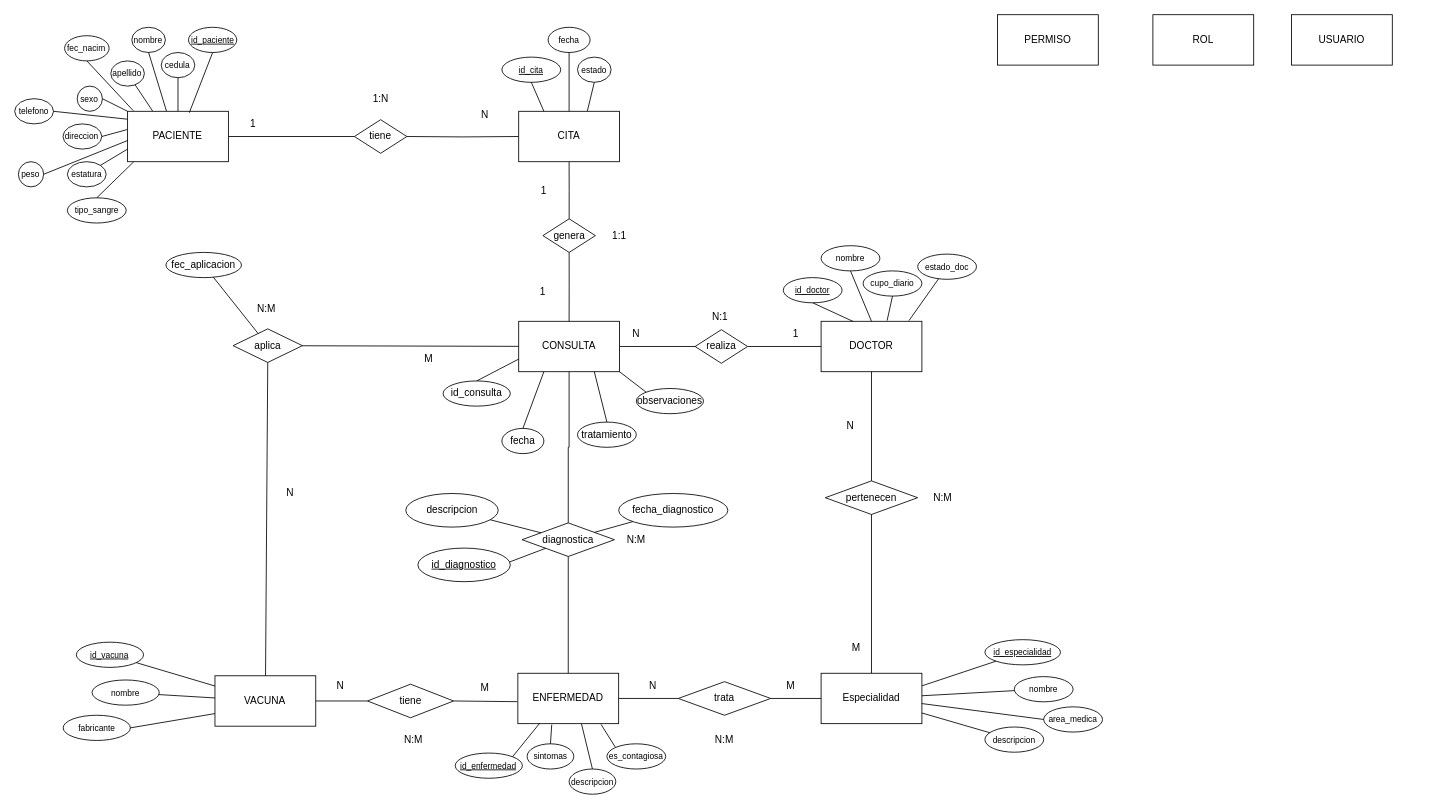
The draw.io diagram DER (1).drawio in lizmarietorres123/ProyectoFinalBD, before the edit. Source tidied: cells renumbered, new cells numbered last; positions are measured from the earlier drawing's top-left corner, leaving out a move shared by most shapes. Both pictures are drawn from the tidied source at 84%, with x=0, y=0 at pixel (14, 14).
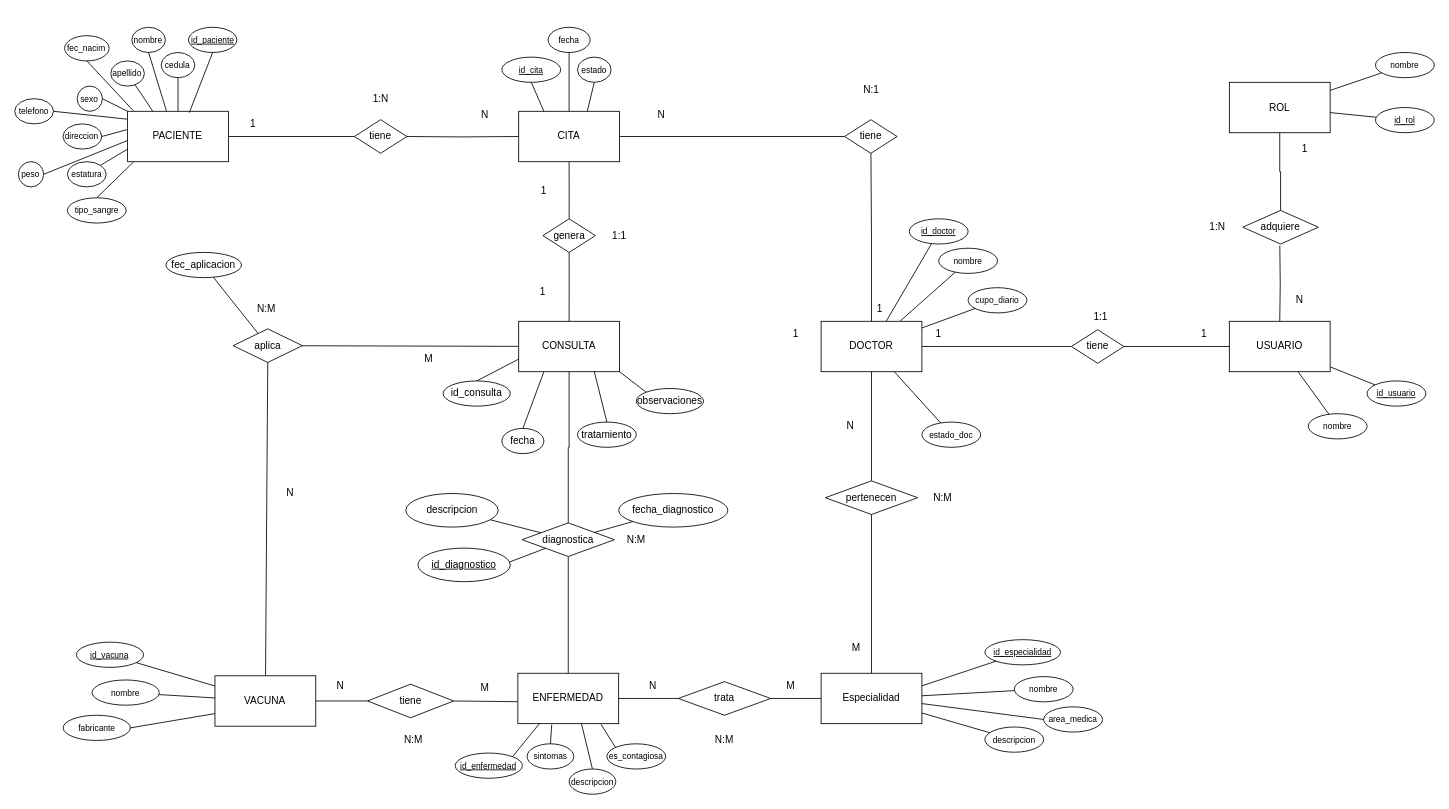
The same diagram, later.

Commit message:
cambios de rebundancia

la relacion consulta-doctor es rebundante, con solo saber el doctor que atiende la cita ya se sabe cual consulta se hara, el codigo de cita, pasara a consulta para eso y tambien los roles y usuario se hizo, los cambios hechos reflejan para mi la ultima version del proyecto

Unchanged cells that the change refers to:
```xml
<mxCell id="5" value="DOCTOR" style="rounded=0;whiteSpace=wrap;html=1;" parent="1" vertex="1">
  <mxGeometry x="960" y="365" width="120" height="60" as="geometry" />
</mxCell>
<mxCell id="10" value="CONSULTA" style="rounded=0;whiteSpace=wrap;html=1;" parent="1" vertex="1">
  <mxGeometry x="600" y="365" width="120" height="60" as="geometry" />
</mxCell>
<mxCell id="99" value="CITA" style="rounded=0;whiteSpace=wrap;html=1;" parent="1" vertex="1">
  <mxGeometry x="600" y="115" width="120" height="60" as="geometry" />
</mxCell>
```

The edit, as a diff of the source:
```diff
@@
     <mxCell id="2" value="USUARIO" style="rounded=0;whiteSpace=wrap;html=1;" parent="1" vertex="1">
-      <mxGeometry x="1520" width="120" height="60" as="geometry" />
+      <mxGeometry x="1446" y="365" width="120" height="60" as="geometry" />
     </mxCell>
     <mxCell id="3" value="ROL" style="rounded=0;whiteSpace=wrap;html=1;" parent="1" vertex="1">
-      <mxGeometry x="1355" width="120" height="60" as="geometry" />
+      <mxGeometry x="1446" y="80.5" width="120" height="60" as="geometry" />
     </mxCell>
-    <mxCell id="4" value="PERMISO" style="rounded=0;whiteSpace=wrap;html=1;" parent="1" vertex="1">
-      <mxGeometry x="1170" width="120" height="60" as="geometry" />
-    </mxCell>
@@
-    <mxCell id="9" style="edgeStyle=orthogonalEdgeStyle;rounded=0;jettySize=auto;html=1;entryX=0;entryY=0.5;entryDx=0;entryDy=0;endArrow=none;endFill=0;" parent="1" edge="1" source="10" target="17">
-      <mxGeometry relative="1" as="geometry" />
-    </mxCell>
@@
-    <mxCell id="16" style="edgeStyle=orthogonalEdgeStyle;rounded=0;jettySize=auto;html=1;entryX=0;entryY=0.5;entryDx=0;entryDy=0;endArrow=none;endFill=0;" parent="1" edge="1" source="17" target="5">
-      <mxGeometry relative="1" as="geometry" />
-    </mxCell>
-    <mxCell id="17" value="realiza" style="rhombus;whiteSpace=wrap;html=1;" parent="1" vertex="1">
-      <mxGeometry x="810" y="375" width="62.5" height="40" as="geometry" />
-    </mxCell>
     <mxCell id="18" value="&lt;font style=&quot;font-size: 10px;&quot;&gt;id_doctor&lt;/font&gt;" style="ellipse;whiteSpace=wrap;html=1;fontStyle=4;" parent="1" vertex="1">
-      <mxGeometry x="915" y="313" width="70" height="30" as="geometry" />
+      <mxGeometry x="1065" y="243" width="70" height="30" as="geometry" />
     </mxCell>
-    <mxCell id="19" style="rounded=0;jettySize=auto;html=1;endArrow=none;endFill=0;exitX=0.319;exitY=0.004;exitDx=0;exitDy=0;entryX=0.5;entryY=1;entryDx=0;entryDy=0;exitPerimeter=0;" parent="1" edge="1" source="5" target="18">
+    <mxCell id="19" style="rounded=0;jettySize=auto;html=1;endArrow=none;endFill=0;" parent="1" edge="1" source="5" target="18">
       <mxGeometry relative="1" as="geometry" />
     </mxCell>
     <mxCell id="20" value="&lt;font style=&quot;font-size: 10px;&quot;&gt;nombre&lt;/font&gt;" style="ellipse;whiteSpace=wrap;html=1;" parent="1" vertex="1">
-      <mxGeometry x="960" y="275" width="70" height="30" as="geometry" />
+      <mxGeometry x="1100" y="278" width="70" height="30" as="geometry" />
     </mxCell>
-    <mxCell id="21" style="rounded=0;jettySize=auto;html=1;endArrow=none;endFill=0;exitX=0.5;exitY=0;exitDx=0;exitDy=0;entryX=0.5;entryY=1;entryDx=0;entryDy=0;" parent="1" edge="1" source="5" target="20">
+    <mxCell id="21" style="rounded=0;jettySize=auto;html=1;endArrow=none;endFill=0;" parent="1" edge="1" source="5" target="20">
       <mxGeometry relative="1" as="geometry" />
     </mxCell>
     <mxCell id="22" value="&lt;font style=&quot;font-size: 10px;&quot;&gt;cupo_diario&lt;/font&gt;" style="ellipse;whiteSpace=wrap;html=1;" parent="1" vertex="1">
-      <mxGeometry x="1010" y="305" width="70" height="30" as="geometry" />
+      <mxGeometry x="1135" y="325" width="70" height="30" as="geometry" />
     </mxCell>
-    <mxCell id="23" style="rounded=0;jettySize=auto;html=1;endArrow=none;endFill=0;exitX=0.655;exitY=-0.014;exitDx=0;exitDy=0;entryX=0.5;entryY=1;entryDx=0;entryDy=0;exitPerimeter=0;" parent="1" edge="1" source="5" target="22">
+    <mxCell id="23" style="rounded=0;jettySize=auto;html=1;endArrow=none;endFill=0;" parent="1" edge="1" source="5" target="22">
       <mxGeometry relative="1" as="geometry" />
     </mxCell>
@@
-    <mxCell id="29" value="N" style="text;html=1;whiteSpace=wrap;strokeColor=none;fillColor=none;align=center;verticalAlign=middle;rounded=0;" parent="1" vertex="1">
-      <mxGeometry x="710" y="365" width="60" height="30" as="geometry" />
-    </mxCell>
@@
-    <mxCell id="31" value="N:1" style="text;html=1;whiteSpace=wrap;strokeColor=none;fillColor=none;align=center;verticalAlign=middle;rounded=0;" parent="1" vertex="1">
-      <mxGeometry x="810" y="345" width="60" height="30" as="geometry" />
-    </mxCell>
@@
     <mxCell id="50" value="&lt;font style=&quot;font-size: 10px;&quot;&gt;estado_doc&lt;/font&gt;" style="ellipse;whiteSpace=wrap;html=1;" parent="1" vertex="1">
-      <mxGeometry x="1075" y="285" width="70" height="30" as="geometry" />
+      <mxGeometry x="1080" y="485" width="70" height="30" as="geometry" />
     </mxCell>
-    <mxCell id="51" style="rounded=0;jettySize=auto;html=1;endArrow=none;endFill=0;exitX=0.872;exitY=-0.014;exitDx=0;exitDy=0;exitPerimeter=0;" parent="1" edge="1" source="5" target="50">
+    <mxCell id="51" style="rounded=0;jettySize=auto;html=1;endArrow=none;endFill=0;" parent="1" edge="1" source="5" target="50">
       <mxGeometry relative="1" as="geometry" />
     </mxCell>
@@
+    <mxCell id="135" value="tiene" style="rhombus;whiteSpace=wrap;html=1;" parent="1" vertex="1">
+      <mxGeometry x="988" y="125" width="62.5" height="40" as="geometry" />
+    </mxCell>
+    <mxCell id="136" style="edgeStyle=orthogonalEdgeStyle;rounded=0;jettySize=auto;html=1;endArrow=none;endFill=0;" parent="1" edge="1" source="135" target="99">
+      <mxGeometry relative="1" as="geometry" />
+    </mxCell>
+    <mxCell id="137" style="edgeStyle=orthogonalEdgeStyle;rounded=0;jettySize=auto;html=1;endArrow=none;endFill=0;" parent="1" edge="1" source="5" target="135">
+      <mxGeometry relative="1" as="geometry" />
+    </mxCell>
+    <mxCell id="31" value="N:1" style="text;html=1;whiteSpace=wrap;strokeColor=none;fillColor=none;align=center;verticalAlign=middle;rounded=0;" parent="1" vertex="1">
+      <mxGeometry x="990" y="75" width="60" height="30" as="geometry" />
+    </mxCell>
+    <mxCell id="138" value="N" style="text;html=1;whiteSpace=wrap;strokeColor=none;fillColor=none;align=center;verticalAlign=middle;rounded=0;" parent="1" vertex="1">
+      <mxGeometry x="740" y="105" width="60" height="30" as="geometry" />
+    </mxCell>
+    <mxCell id="139" value="1" style="text;html=1;whiteSpace=wrap;strokeColor=none;fillColor=none;align=center;verticalAlign=middle;rounded=0;" parent="1" vertex="1">
+      <mxGeometry x="1000" y="335" width="60" height="30" as="geometry" />
+    </mxCell>
+    <mxCell id="140" style="edgeStyle=orthogonalEdgeStyle;rounded=0;jettySize=auto;html=1;endArrow=none;endFill=0;" parent="1" edge="1" source="141" target="2">
+      <mxGeometry relative="1" as="geometry" />
+    </mxCell>
+    <mxCell id="141" value="tiene" style="rhombus;whiteSpace=wrap;html=1;" parent="1" vertex="1">
+      <mxGeometry x="1258" y="375" width="62.5" height="40" as="geometry" />
+    </mxCell>
+    <mxCell id="142" style="edgeStyle=orthogonalEdgeStyle;rounded=0;jettySize=auto;html=1;endArrow=none;endFill=0;" parent="1" edge="1" source="141" target="5">
+      <mxGeometry relative="1" as="geometry" />
+    </mxCell>
+    <mxCell id="143" value="1" style="text;html=1;whiteSpace=wrap;strokeColor=none;fillColor=none;align=center;verticalAlign=middle;rounded=0;" parent="1" vertex="1">
+      <mxGeometry x="1070" y="365" width="60" height="30" as="geometry" />
+    </mxCell>
+    <mxCell id="144" value="1" style="text;html=1;whiteSpace=wrap;strokeColor=none;fillColor=none;align=center;verticalAlign=middle;rounded=0;" parent="1" vertex="1">
+      <mxGeometry x="1386" y="365" width="60" height="30" as="geometry" />
+    </mxCell>
+    <mxCell id="145" value="&lt;font style=&quot;font-size: 10px;&quot;&gt;id_usuario&lt;/font&gt;" style="ellipse;whiteSpace=wrap;html=1;fontStyle=4;" parent="1" vertex="1">
+      <mxGeometry x="1610" y="436" width="70" height="30" as="geometry" />
+    </mxCell>
+    <mxCell id="146" style="rounded=0;jettySize=auto;html=1;endArrow=none;endFill=0;" parent="1" edge="1" source="2" target="145">
+      <mxGeometry relative="1" as="geometry" />
+    </mxCell>
+    <mxCell id="147" value="&lt;font style=&quot;font-size: 10px;&quot;&gt;nombre&lt;/font&gt;" style="ellipse;whiteSpace=wrap;html=1;" parent="1" vertex="1">
+      <mxGeometry x="1540" y="475" width="70" height="30" as="geometry" />
+    </mxCell>
+    <mxCell id="148" style="rounded=0;jettySize=auto;html=1;endArrow=none;endFill=0;" parent="1" edge="1" source="2" target="147">
+      <mxGeometry relative="1" as="geometry" />
+    </mxCell>
+    <mxCell id="149" style="edgeStyle=orthogonalEdgeStyle;rounded=0;jettySize=auto;html=1;endArrow=none;endFill=0;" parent="1" edge="1" target="2">
+      <mxGeometry relative="1" as="geometry">
+        <mxPoint x="1506.1" y="275" as="sourcePoint" />
+      </mxGeometry>
+    </mxCell>
+    <mxCell id="150" value="1:1" style="text;html=1;whiteSpace=wrap;strokeColor=none;fillColor=none;align=center;verticalAlign=middle;rounded=0;" parent="1" vertex="1">
+      <mxGeometry x="1263" y="345" width="60" height="30" as="geometry" />
+    </mxCell>
+    <mxCell id="151" value="adquiere" style="rhombus;whiteSpace=wrap;html=1;" parent="1" vertex="1">
+      <mxGeometry x="1462" y="233" width="90" height="40" as="geometry" />
+    </mxCell>
+    <mxCell id="152" style="edgeStyle=orthogonalEdgeStyle;rounded=0;jettySize=auto;html=1;endArrow=none;endFill=0;" parent="1" edge="1" source="3" target="151">
+      <mxGeometry relative="1" as="geometry" />
+    </mxCell>
+    <mxCell id="153" value="1:N" style="text;html=1;whiteSpace=wrap;strokeColor=none;fillColor=none;align=center;verticalAlign=middle;rounded=0;rotation=0;" parent="1" vertex="1">
+      <mxGeometry x="1402" y="238" width="60" height="30" as="geometry" />
+    </mxCell>
+    <mxCell id="154" value="N" style="text;html=1;whiteSpace=wrap;strokeColor=none;fillColor=none;align=center;verticalAlign=middle;rounded=0;" parent="1" vertex="1">
+      <mxGeometry x="1500" y="325" width="60" height="30" as="geometry" />
+    </mxCell>
+    <mxCell id="155" value="1" style="text;html=1;whiteSpace=wrap;strokeColor=none;fillColor=none;align=center;verticalAlign=middle;rounded=0;" parent="1" vertex="1">
+      <mxGeometry x="1506" y="145" width="60" height="30" as="geometry" />
+    </mxCell>
+    <mxCell id="156" value="&lt;font style=&quot;font-size: 10px;&quot;&gt;id_rol&lt;/font&gt;" style="ellipse;whiteSpace=wrap;html=1;fontStyle=4;" parent="1" vertex="1">
+      <mxGeometry x="1620" y="110.5" width="70" height="30" as="geometry" />
+    </mxCell>
+    <mxCell id="157" value="&lt;font style=&quot;font-size: 10px;&quot;&gt;nombre&lt;/font&gt;" style="ellipse;whiteSpace=wrap;html=1;" parent="1" vertex="1">
+      <mxGeometry x="1620" y="45" width="70" height="30" as="geometry" />
+    </mxCell>
+    <mxCell id="158" style="rounded=0;jettySize=auto;html=1;endArrow=none;endFill=0;" parent="1" edge="1" source="3" target="156">
+      <mxGeometry relative="1" as="geometry" />
+    </mxCell>
+    <mxCell id="159" style="rounded=0;jettySize=auto;html=1;endArrow=none;endFill=0;" parent="1" edge="1" source="3" target="157">
+      <mxGeometry relative="1" as="geometry" />
+    </mxCell>
```
